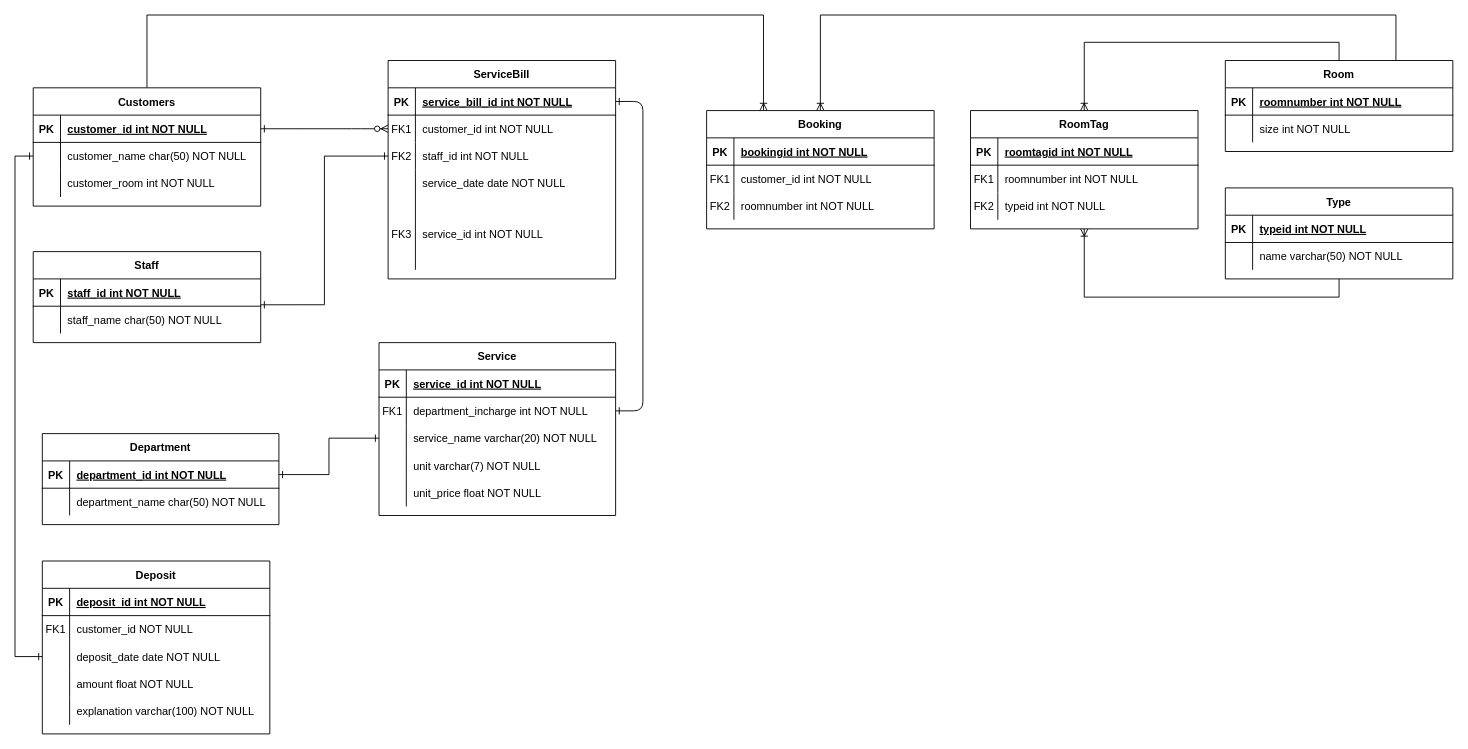
The draw.io diagram Diagram/Entity Relationship Diagram.drawio in jonathanha52/SE104.L23.PMCL, before the edit. Source tidied: cells renumbered, new cells numbered last; positions are measured from the earlier drawing's top-left corner, leaving out a move shared by most shapes. Both pictures are drawn from the tidied source at 91%, with x=0, y=0 at pixel (33, 15).
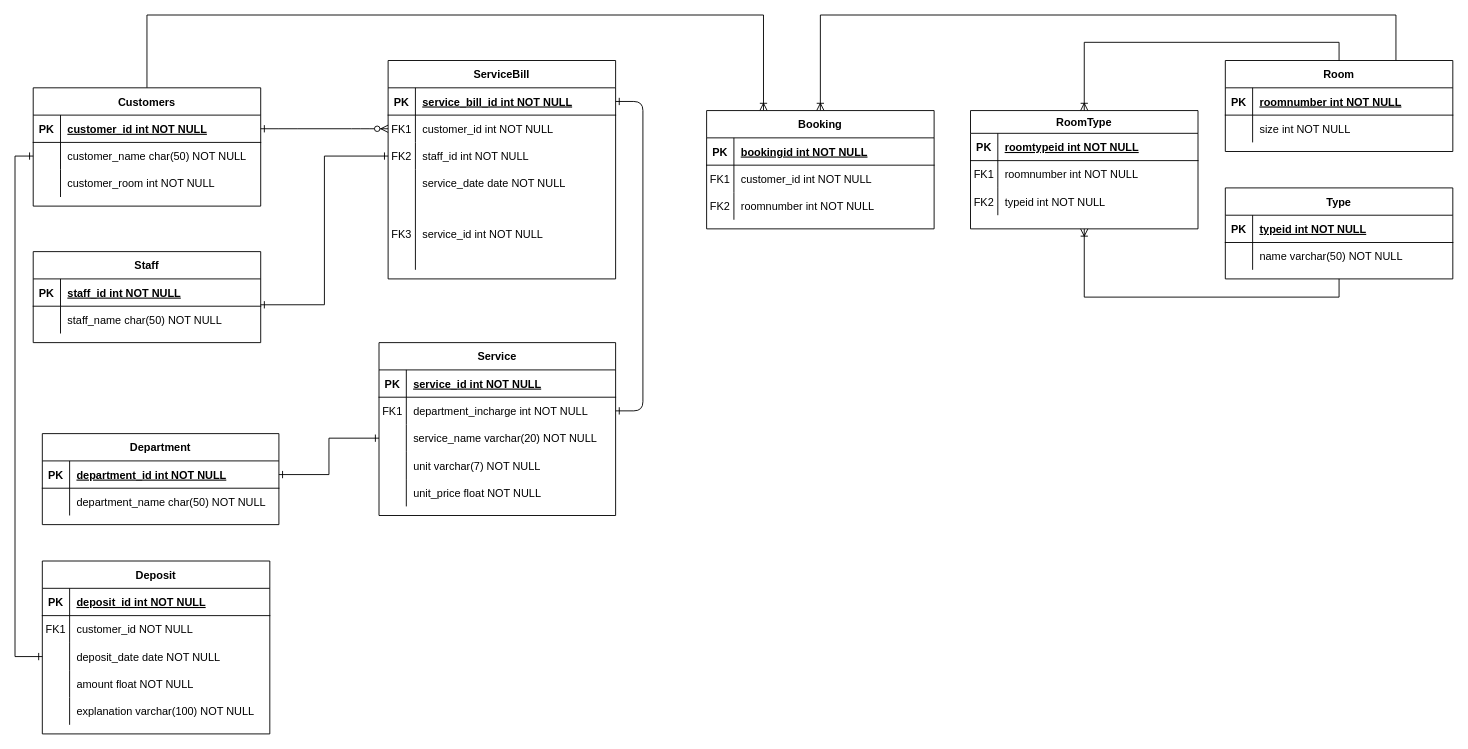
Above is the later version.

What changed in the source:
```diff
@@
-    <mxCell id="106" value="RoomTag" style="shape=table;startSize=30;childLayout=tableLayout;rowLines=0;fontStyle=1;align=center;" parent="1" vertex="1">
+    <mxCell id="106" value="RoomType" style="shape=table;startSize=25;childLayout=tableLayout;rowLines=0;fontStyle=1;align=center;" parent="1" vertex="1">
       <mxGeometry x="1030" y="105" width="250" height="130" as="geometry" />
     </mxCell>
     <mxCell id="107" style="shape=partialRectangle;fillColor=none;top=0;left=0;right=0;bottom=1;" parent="106" vertex="1">
-      <mxGeometry y="30" width="250" height="30" as="geometry" />
+      <mxGeometry y="25" width="250" height="30" as="geometry" />
     </mxCell>
@@
-    <mxCell id="109" value="roomtagid int NOT NULL " style="shape=partialRectangle;overflow=hidden;fillColor=none;top=0;left=0;bottom=0;right=0;align=left;spacingLeft=6;fontStyle=5;" parent="107" vertex="1">
+    <mxCell id="109" value="roomtypeid int NOT NULL " style="shape=partialRectangle;overflow=hidden;fillColor=none;top=0;left=0;bottom=0;right=0;align=left;spacingLeft=6;fontStyle=5;" parent="107" vertex="1">
       <mxGeometry x="30" width="220" height="30" as="geometry" />
     </mxCell>
     <mxCell id="110" style="shape=partialRectangle;fillColor=none;top=0;left=0;right=0;bottom=0;" parent="106" vertex="1">
-      <mxGeometry y="60" width="250" height="30" as="geometry" />
+      <mxGeometry y="55" width="250" height="30" as="geometry" />
     </mxCell>
@@
     <mxCell id="113" style="shape=partialRectangle;fillColor=none;top=0;left=0;right=0;bottom=0;" parent="106" vertex="1">
-      <mxGeometry y="90" width="250" height="30" as="geometry" />
+      <mxGeometry y="85" width="250" height="30" as="geometry" />
     </mxCell>
```
